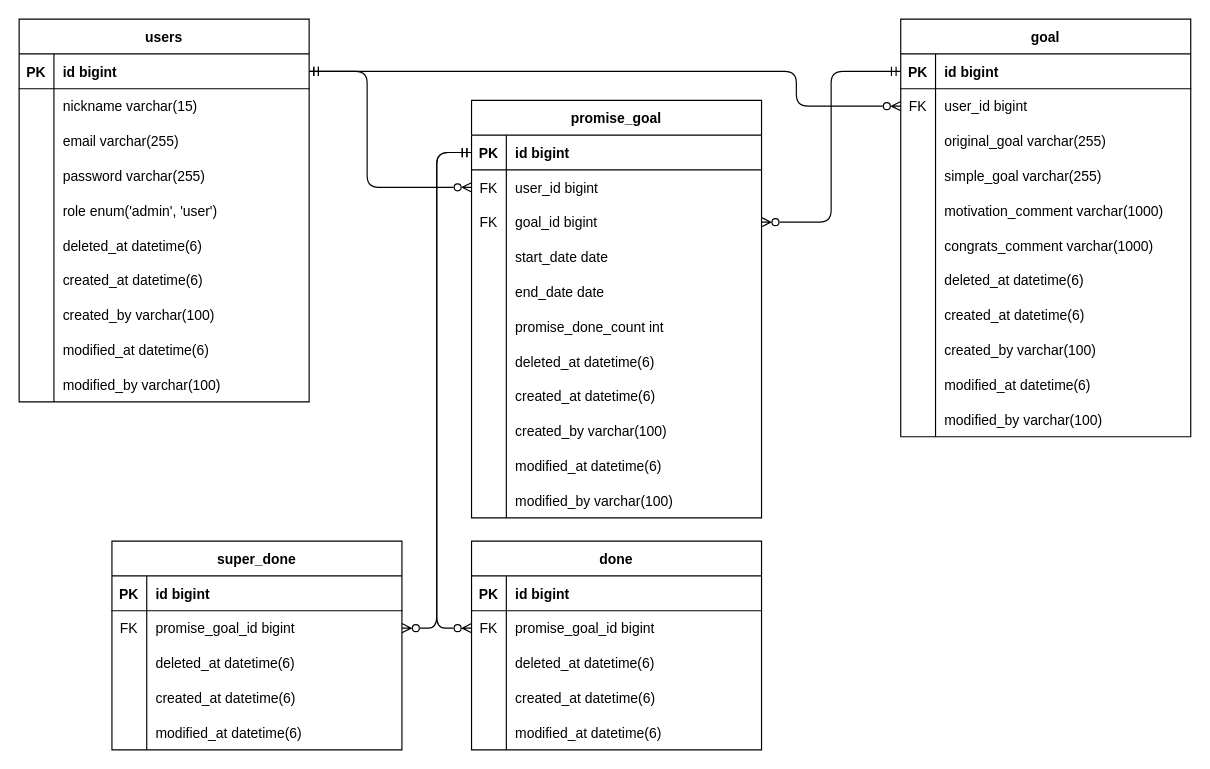
Before: dailyone_ERD.drawio in Wooin-dev/dailyone_server, a draw.io diagram. Source tidied: cells renumbered, new cells numbered last; positions are measured from the earlier drawing's top-left corner, leaving out a move shared by most shapes. Both pictures are drawn from the tidied source at 116%, with x=0, y=0 at pixel (19, 19).
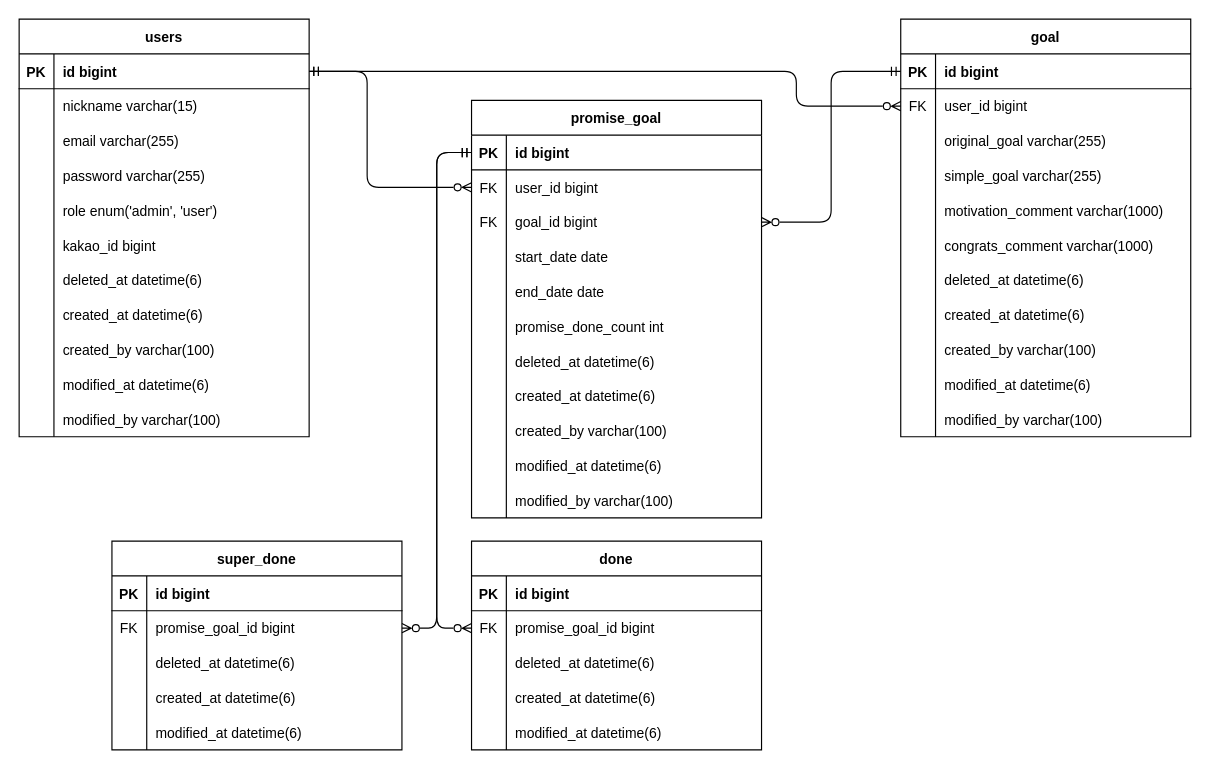
Above is the later version.

Diff of the diagram source:
```diff
@@
     <mxCell id="36" value="users" style="shape=table;startSize=30;childLayout=tableLayout;rowLines=0;fontStyle=1;align=center;" parent="1" vertex="1">
-      <mxGeometry width="250" height="330" as="geometry" />
+      <mxGeometry width="250" height="360" as="geometry" />
     </mxCell>
@@
+    <mxCell id="138" style="shape=partialRectangle;fillColor=none;top=0;left=0;right=0;bottom=0;" parent="36" vertex="1">
+      <mxGeometry y="180" width="250" height="30" as="geometry" />
+    </mxCell>
+    <mxCell id="139" style="shape=partialRectangle;overflow=hidden;fillColor=none;top=0;left=0;bottom=0;right=0;" parent="138" vertex="1">
+      <mxGeometry width="30" height="30" as="geometry" />
+    </mxCell>
+    <mxCell id="140" value="kakao_id bigint" style="shape=partialRectangle;overflow=hidden;fillColor=none;top=0;left=0;bottom=0;right=0;align=left;spacingLeft=6;" parent="138" vertex="1">
+      <mxGeometry x="30" width="220" height="30" as="geometry" />
+    </mxCell>
     <mxCell id="52" style="shape=partialRectangle;fillColor=none;top=0;left=0;right=0;bottom=0;" parent="36" vertex="1">
-      <mxGeometry y="180" width="250" height="30" as="geometry" />
+      <mxGeometry y="210" width="250" height="30" as="geometry" />
     </mxCell>
@@
     <mxCell id="55" style="shape=partialRectangle;fillColor=none;top=0;left=0;right=0;bottom=0;" parent="36" vertex="1">
-      <mxGeometry y="210" width="250" height="30" as="geometry" />
+      <mxGeometry y="240" width="250" height="30" as="geometry" />
     </mxCell>
@@
     <mxCell id="58" style="shape=partialRectangle;fillColor=none;top=0;left=0;right=0;bottom=0;" parent="36" vertex="1">
-      <mxGeometry y="240" width="250" height="30" as="geometry" />
+      <mxGeometry y="270" width="250" height="30" as="geometry" />
     </mxCell>
@@
     <mxCell id="61" style="shape=partialRectangle;fillColor=none;top=0;left=0;right=0;bottom=0;" parent="36" vertex="1">
-      <mxGeometry y="270" width="250" height="30" as="geometry" />
+      <mxGeometry y="300" width="250" height="30" as="geometry" />
     </mxCell>
@@
     <mxCell id="64" style="shape=partialRectangle;fillColor=none;top=0;left=0;right=0;bottom=0;" parent="36" vertex="1">
-      <mxGeometry y="300" width="250" height="30" as="geometry" />
+      <mxGeometry y="330" width="250" height="30" as="geometry" />
     </mxCell>
```
